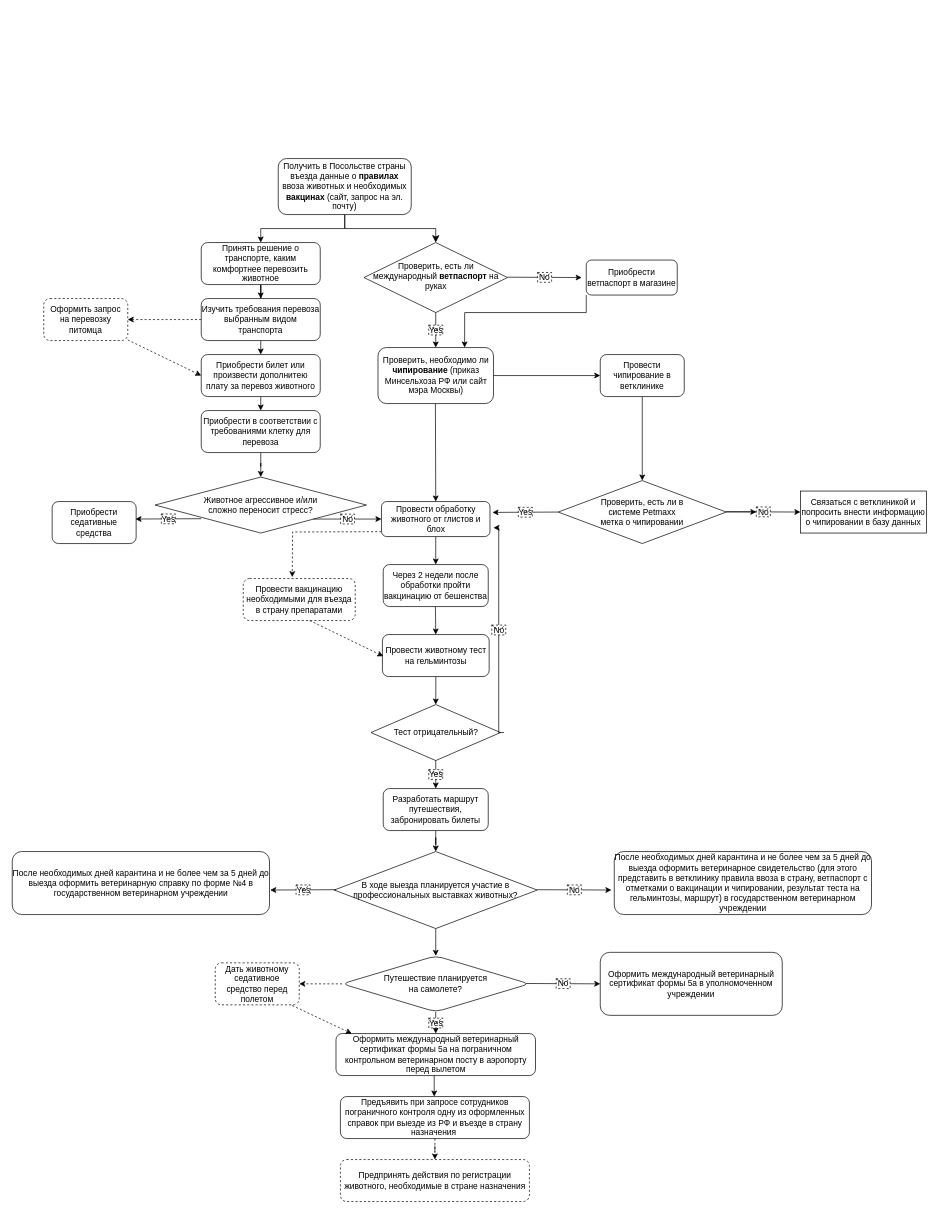
This is Диаграмма без названия.drawio.xml from ttachyon/test_task_Kontur, a draw.io file, before an edit. Source tidied: cells renumbered, new cells numbered last; positions are measured from the earlier drawing's top-left corner, leaving out a move shared by most shapes. Both pictures are drawn from the tidied source at 70%, with x=0, y=0 at pixel (12, 158).
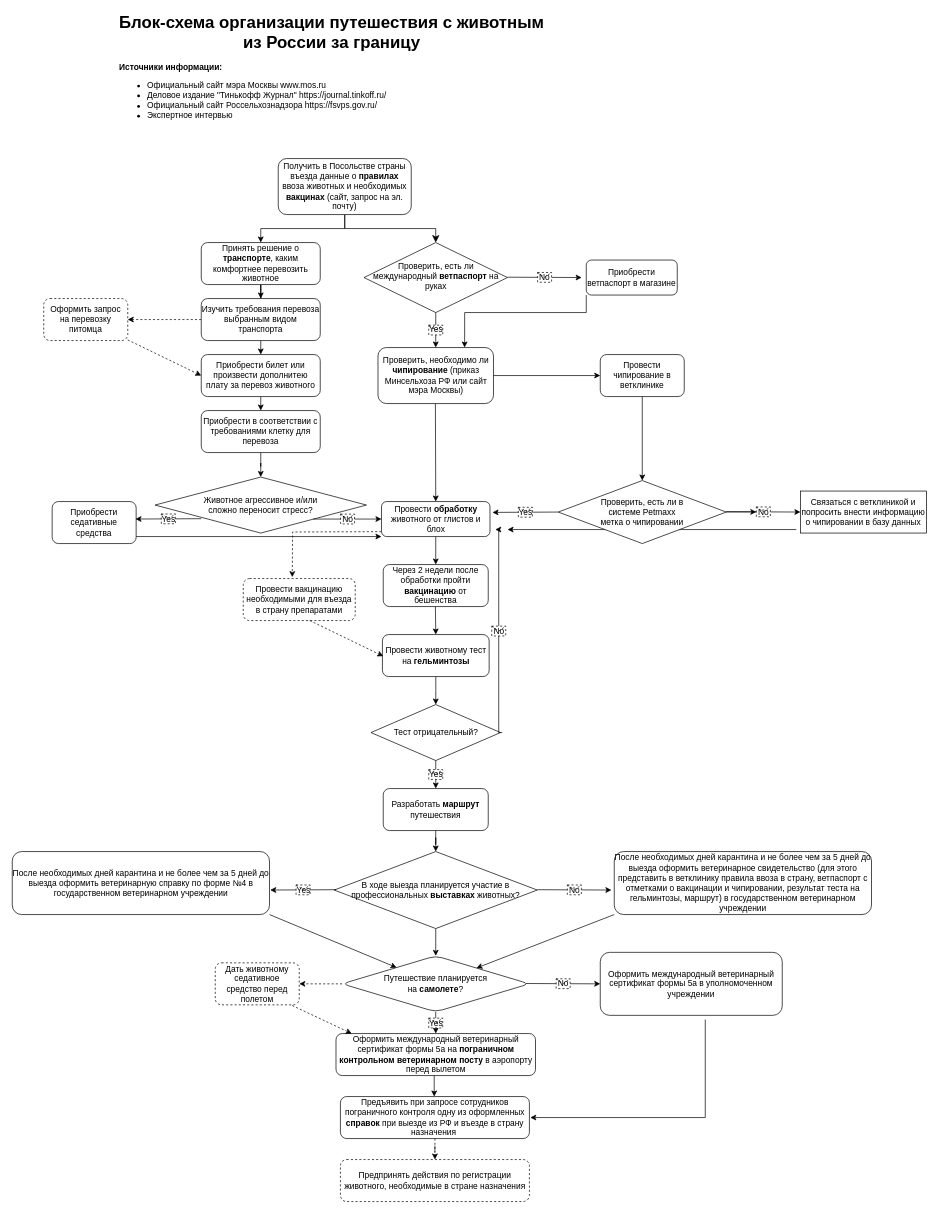
After the change.

Unchanged cells that the change refers to:
```xml
<mxCell id="30" value="После необходимых дней карантина и не более чем за 5 дней до выезда&amp;nbsp;оформить ветеринарное свидетельство (для этого представить в ветклинику правила ввоза в страну, ветпаспорт с отметками о вакцинации и чипировании, результат теста на гельминтозы, маршрут) в государственном ветеринарном учреждении" style="whiteSpace=wrap;html=1;rounded=1;glass=0;strokeWidth=1;shadow=0;" parent="1" vertex="1">
  <mxGeometry x="860" y="990" width="367.5" height="90" as="geometry" />
</mxCell>
<mxCell id="36" value="После необходимых дней карантина и не более чем за 5 дней до выезда оформить ветеринарную справку по форме №4 в государственном ветеринарном учреждении" style="whiteSpace=wrap;html=1;rounded=1;glass=0;strokeWidth=1;shadow=0;" parent="1" vertex="1">
  <mxGeometry y="990" width="367.5" height="90" as="geometry" />
</mxCell>
<mxCell id="39" value="Оформить&amp;nbsp;международный ветеринарный сертификат формы 5а в уполномоченном учреждении" style="whiteSpace=wrap;html=1;rounded=1;glass=0;strokeWidth=1;shadow=0;" parent="1" vertex="1">
  <mxGeometry x="840" y="1134" width="260" height="90" as="geometry" />
</mxCell>
```

What changed in the source:
```diff
@@
+    <mxCell id="79" style="endArrow=classic;html=1;rounded=0;" parent="1" edge="1">
+      <mxGeometry relative="1" as="geometry">
+        <mxPoint x="1120" y="530" as="sourcePoint" />
+        <mxPoint x="707.5" y="530" as="targetPoint" />
+      </mxGeometry>
+    </mxCell>
@@
-    <mxCell id="10" value="Провести обработку животного от глистов и блох" style="rounded=1;whiteSpace=wrap;html=1;fontSize=12;glass=0;strokeWidth=1;shadow=0;" parent="1" vertex="1">
+    <mxCell id="10" value="Провести &lt;b&gt;обработку &lt;/b&gt;животного от глистов и блох" style="rounded=1;whiteSpace=wrap;html=1;fontSize=12;glass=0;strokeWidth=1;shadow=0;" parent="1" vertex="1">
       <mxGeometry x="527.5" y="490" width="155" height="50" as="geometry" />
     </mxCell>
@@
-    <mxCell id="17" value="Через 2 недели после обработки пройти вакцинацию от бешенства" style="whiteSpace=wrap;html=1;rounded=1;glass=0;strokeWidth=1;shadow=0;" parent="1" vertex="1">
+    <mxCell id="17" value="Через 2 недели после обработки пройти &lt;b&gt;вакцинацию &lt;/b&gt;от бешенства" style="whiteSpace=wrap;html=1;rounded=1;glass=0;strokeWidth=1;shadow=0;" parent="1" vertex="1">
       <mxGeometry x="530" y="580" width="150" height="60" as="geometry" />
     </mxCell>
@@
-    <mxCell id="19" value="Принять решение о транспорте, каким комфортнее перевозить животное" style="whiteSpace=wrap;html=1;rounded=1;glass=0;strokeWidth=1;shadow=0;" parent="1" vertex="1">
+    <mxCell id="19" value="Принять решение о &lt;b&gt;транспорте&lt;/b&gt;, каким комфортнее перевозить животное" style="whiteSpace=wrap;html=1;rounded=1;glass=0;strokeWidth=1;shadow=0;" parent="1" vertex="1">
       <mxGeometry x="270" y="120" width="170" height="60" as="geometry" />
     </mxCell>
@@
-    <mxCell id="29" value="Разработать маршрут путешествия, забронировать билеты" style="whiteSpace=wrap;html=1;rounded=1;glass=0;strokeWidth=1;shadow=0;" parent="1" vertex="1">
+    <mxCell id="29" value="Разработать &lt;b&gt;маршрут &lt;/b&gt;путешествия" style="whiteSpace=wrap;html=1;rounded=1;glass=0;strokeWidth=1;shadow=0;" parent="1" vertex="1">
       <mxGeometry x="530" y="900" width="150" height="60" as="geometry" />
     </mxCell>
@@
-    <mxCell id="32" value="Провести животному тест на гельминтозы" style="whiteSpace=wrap;html=1;rounded=1;glass=0;strokeWidth=1;shadow=0;" parent="1" vertex="1">
+    <mxCell id="32" value="Провести животному тест на &lt;b&gt;гельминтозы&lt;/b&gt;" style="whiteSpace=wrap;html=1;rounded=1;glass=0;strokeWidth=1;shadow=0;" parent="1" vertex="1">
       <mxGeometry x="528.8" y="680" width="152.5" height="60" as="geometry" />
     </mxCell>
@@
-    <mxCell id="35" value="В ходе выезда планируется участие в профессиональных выставках животных?" style="rhombus;whiteSpace=wrap;html=1;rounded=0;glass=0;strokeWidth=1;shadow=0;" parent="1" vertex="1">
+    <mxCell id="35" value="В ходе выезда планируется участие в профессиональных &lt;b&gt;выставках &lt;/b&gt;животных?" style="rhombus;whiteSpace=wrap;html=1;rounded=0;glass=0;strokeWidth=1;shadow=0;" parent="1" vertex="1">
       <mxGeometry x="460" y="990" width="290" height="110" as="geometry" />
     </mxCell>
@@
-    <mxCell id="38" value="Путешествие планируется &lt;br&gt;на самолете?" style="rhombus;whiteSpace=wrap;html=1;rounded=1;glass=0;strokeWidth=1;shadow=0;" parent="1" vertex="1">
+    <mxCell id="38" value="Путешествие планируется &lt;br&gt;на &lt;b&gt;самолете&lt;/b&gt;?" style="rhombus;whiteSpace=wrap;html=1;rounded=1;glass=0;strokeWidth=1;shadow=0;" parent="1" vertex="1">
       <mxGeometry x="471.2" y="1139" width="267.5" height="80" as="geometry" />
     </mxCell>
@@
-    <mxCell id="41" value="Оформить&amp;nbsp;международный ветеринарный сертификат формы 5а на пограничном контрольном ветеринарном посту в аэропорту перед вылетом" style="whiteSpace=wrap;html=1;rounded=1;glass=0;strokeWidth=1;shadow=0;" parent="1" vertex="1">
+    <mxCell id="41" value="Оформить&amp;nbsp;международный ветеринарный сертификат формы 5а на &lt;b&gt;пограничном контрольном ветеринарном посту&lt;/b&gt; в аэропорту перед вылетом" style="whiteSpace=wrap;html=1;rounded=1;glass=0;strokeWidth=1;shadow=0;" parent="1" vertex="1">
       <mxGeometry x="462.5" y="1250" width="285" height="60" as="geometry" />
     </mxCell>
@@
-    <mxCell id="44" value="Предъявить при запросе сотрудников пограничного контроля одну из оформленных справок при выезде из РФ и въезде в страну назначения&amp;nbsp;" style="whiteSpace=wrap;html=1;rounded=1;glass=0;strokeWidth=1;shadow=0;" parent="1" vertex="1">
+    <mxCell id="44" value="Предъявить при запросе сотрудников пограничного контроля одну из оформленных &lt;b&gt;справок &lt;/b&gt;при выезде из РФ и въезде в страну назначения&amp;nbsp;" style="whiteSpace=wrap;html=1;rounded=1;glass=0;strokeWidth=1;shadow=0;" parent="1" vertex="1">
       <mxGeometry x="468.8" y="1340" width="270" height="60" as="geometry" />
     </mxCell>
@@
-    <mxCell id="66" style="endArrow=classic;html=1;rounded=0;edgeStyle=elbowEdgeStyle;entryX=1;entryY=0.75;entryDx=0;entryDy=0;" parent="1" edge="1">
+    <mxCell id="66" style="endArrow=classic;html=1;rounded=0;edgeStyle=elbowEdgeStyle;" parent="1" edge="1">
       <mxGeometry relative="1" as="geometry">
-        <mxPoint x="702.5" y="820" as="sourcePoint" />
-        <mxPoint x="687.5" y="527.5" as="targetPoint" />
+        <mxPoint x="700" y="820" as="sourcePoint" />
+        <mxPoint x="690" y="530" as="targetPoint" />
       </mxGeometry>
     </mxCell>
@@
+    <mxCell id="80" style="endArrow=classic;html=1;rounded=0;edgeStyle=orthogonalEdgeStyle;exitX=0.577;exitY=1.067;exitDx=0;exitDy=0;exitPerimeter=0;" parent="1" edge="1" source="39">
+      <mxGeometry relative="1" as="geometry">
+        <mxPoint x="740" y="1370" as="targetPoint" />
+        <Array as="points">
+          <mxPoint x="990" y="1370" />
+          <mxPoint x="739" y="1370" />
+        </Array>
+      </mxGeometry>
+    </mxCell>
+    <mxCell id="81" style="endArrow=classic;html=1;rounded=0;exitX=1;exitY=1;exitDx=0;exitDy=0;" parent="1" edge="1" source="36" target="38">
+      <mxGeometry relative="1" as="geometry" />
+    </mxCell>
+    <mxCell id="82" style="endArrow=classic;html=1;rounded=0;exitX=0;exitY=1;exitDx=0;exitDy=0;" parent="1" edge="1" source="30" target="38">
+      <mxGeometry relative="1" as="geometry" />
+    </mxCell>
+    <mxCell id="83" value="Блок-схема организации путешествия с животным&lt;br&gt;из России за границу" style="text;strokeColor=none;fillColor=none;html=1;fontSize=24;fontStyle=1;verticalAlign=middle;align=center;" parent="1" vertex="1">
+      <mxGeometry x="406" y="-200" width="100" height="40" as="geometry" />
+    </mxCell>
+    <mxCell id="84" value="&lt;b style=&quot;background-color: initial;&quot;&gt;Источники информации:&lt;/b&gt;&lt;br&gt;&lt;ul&gt;&lt;li&gt;Официальный сайт мэра Москвы&amp;nbsp;www.mos.ru&lt;/li&gt;&lt;li&gt;Деловое издание &quot;Тинькофф Журнал&quot;&amp;nbsp;https://journal.tinkoff.ru/&lt;/li&gt;&lt;li&gt;Официальный сайт Россельхознадзора&amp;nbsp;https://fsvps.gov.ru/&lt;/li&gt;&lt;li&gt;Экспертное интервью&lt;/li&gt;&lt;/ul&gt;" style="text;strokeColor=none;fillColor=none;html=1;whiteSpace=wrap;verticalAlign=middle;overflow=hidden;" parent="1" vertex="1">
+      <mxGeometry x="151" y="-140" width="610" height="90" as="geometry" />
+    </mxCell>
+    <mxCell id="85" style="endArrow=classic;html=1;rounded=0;entryX=0;entryY=1;entryDx=0;entryDy=0;" parent="1" edge="1" target="10">
+      <mxGeometry relative="1" as="geometry">
+        <mxPoint x="177" y="540" as="sourcePoint" />
+      </mxGeometry>
+    </mxCell>
```
